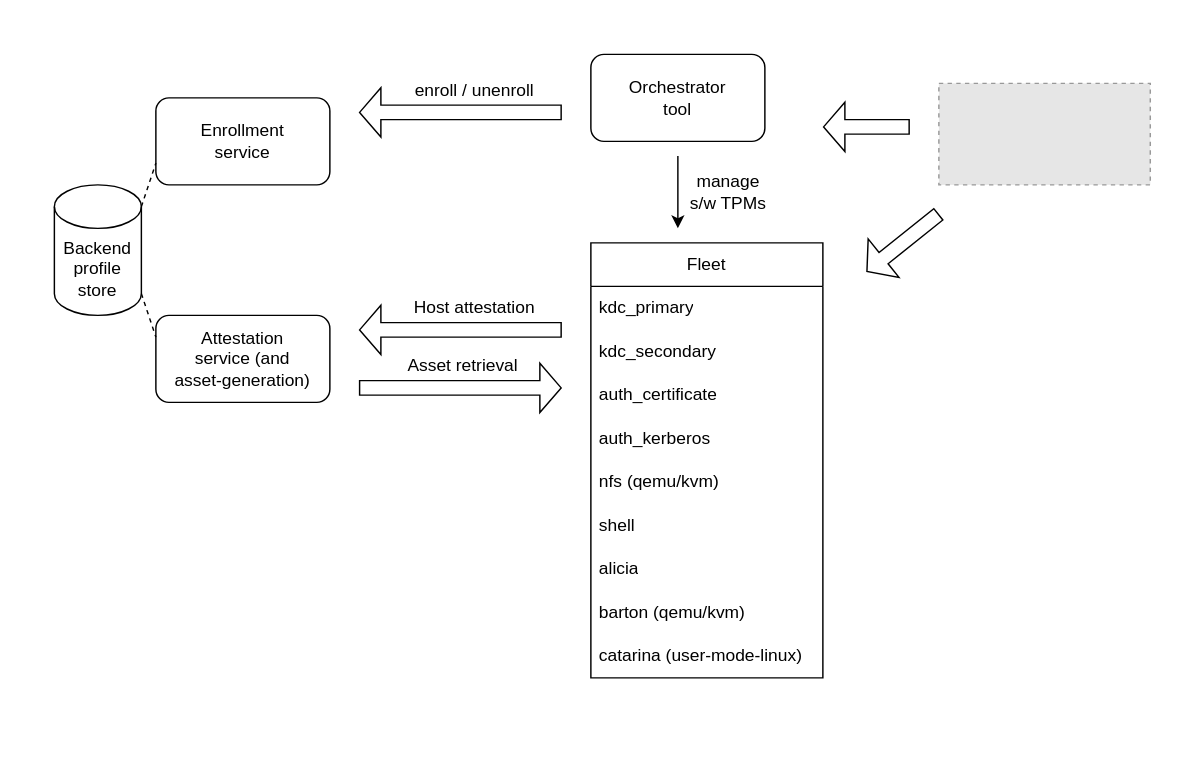
geoffthorpe/newhcp keeps this draw.io diagram as doc/HCP.drawio. Above is the earlier version. Source tidied: cells renumbered, new cells numbered last; positions are measured from the earlier drawing's top-left corner, leaving out a move shared by most shapes. Both pictures are drawn from the tidied source at 145%, with x=0, y=0 at pixel (54, 54). Pictures stored in the file or linked from it are replaced by grey dashed boxes.
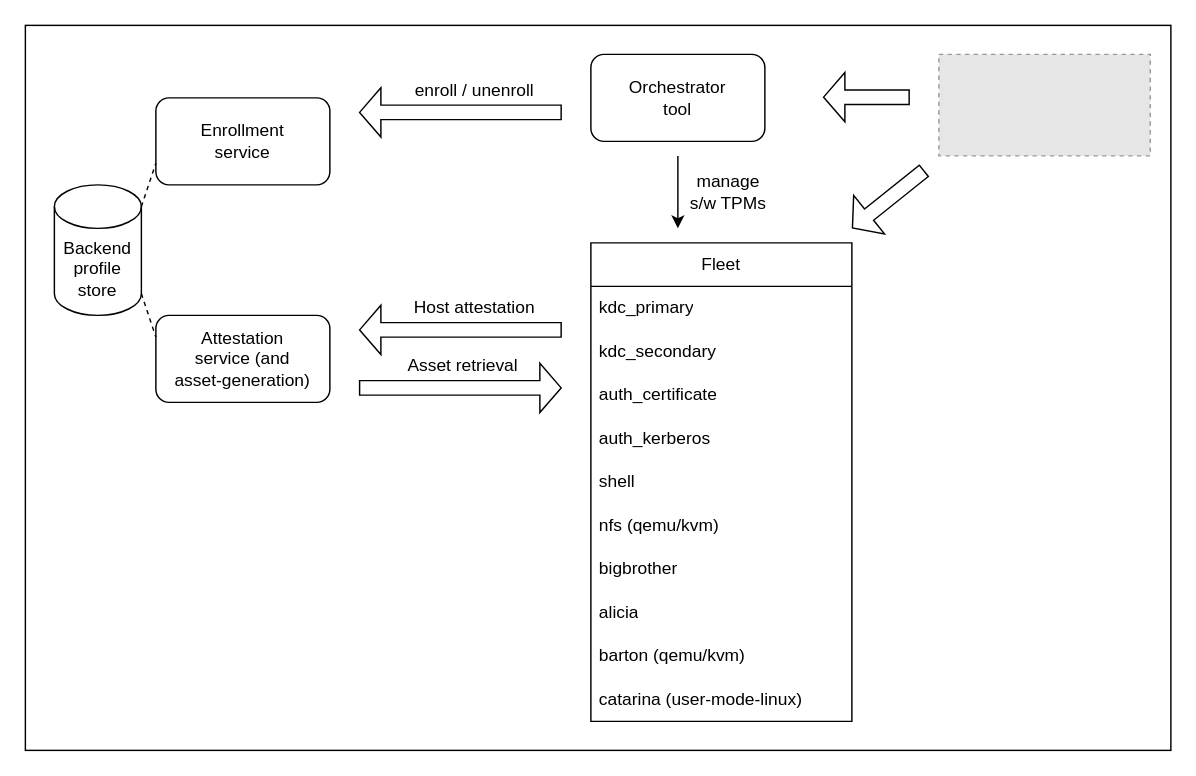
After the change.

Commit message (it also covers changes not shown here):
doc: update the HCP diagram

Change to the diagram source:
```diff
@@
+    <mxCell id="31" style="rounded=0;whiteSpace=wrap;html=1;fillColor=none;" parent="1" vertex="1">
+      <mxGeometry x="-20" y="-20" width="790" height="500" as="geometry" />
+    </mxCell>
     <mxCell id="2" value="Fleet" style="swimlane;fontStyle=0;horizontal=1;startSize=30;whiteSpace=wrap;html=1;" parent="1" vertex="1">
-      <mxGeometry x="370" y="130" width="160" height="300" as="geometry" />
+      <mxGeometry x="370" y="130" width="180" height="330" as="geometry" />
     </mxCell>
     <mxCell id="3" value="kdc_primary" style="text;strokeColor=none;fillColor=none;align=left;verticalAlign=middle;spacingLeft=4;spacingRight=4;overflow=hidden;whiteSpace=wrap;html=1;" parent="2" vertex="1">
-      <mxGeometry y="30" width="160" height="30" as="geometry" />
+      <mxGeometry y="30" width="180" height="30" as="geometry" />
     </mxCell>
     <mxCell id="4" value="kdc_secondary" style="text;strokeColor=none;fillColor=none;align=left;verticalAlign=middle;spacingLeft=4;spacingRight=4;overflow=hidden;whiteSpace=wrap;html=1;" parent="2" vertex="1">
-      <mxGeometry y="60" width="160" height="30" as="geometry" />
+      <mxGeometry y="60" width="180" height="30" as="geometry" />
     </mxCell>
     <mxCell id="5" value="auth_certificate" style="text;strokeColor=none;fillColor=none;align=left;verticalAlign=middle;spacingLeft=4;spacingRight=4;overflow=hidden;whiteSpace=wrap;html=1;" parent="2" vertex="1">
-      <mxGeometry y="90" width="160" height="30" as="geometry" />
+      <mxGeometry y="90" width="180" height="30" as="geometry" />
     </mxCell>
     <mxCell id="6" value="auth_kerberos" style="text;strokeColor=none;fillColor=none;align=left;verticalAlign=middle;spacingLeft=4;spacingRight=4;overflow=hidden;whiteSpace=wrap;html=1;" parent="2" vertex="1">
-      <mxGeometry y="120" width="160" height="30" as="geometry" />
+      <mxGeometry y="120" width="180" height="30" as="geometry" />
     </mxCell>
+    <mxCell id="8" value="shell" style="text;strokeColor=none;fillColor=none;align=left;verticalAlign=middle;spacingLeft=4;spacingRight=4;overflow=hidden;whiteSpace=wrap;html=1;" parent="2" vertex="1">
+      <mxGeometry y="150" width="180" height="30" as="geometry" />
+    </mxCell>
     <mxCell id="7" value="nfs (qemu/kvm)" style="text;strokeColor=none;fillColor=none;align=left;verticalAlign=middle;spacingLeft=4;spacingRight=4;overflow=hidden;whiteSpace=wrap;html=1;" parent="2" vertex="1">
-      <mxGeometry y="150" width="160" height="30" as="geometry" />
+      <mxGeometry y="180" width="180" height="30" as="geometry" />
     </mxCell>
-    <mxCell id="8" value="shell" style="text;strokeColor=none;fillColor=none;align=left;verticalAlign=middle;spacingLeft=4;spacingRight=4;overflow=hidden;whiteSpace=wrap;html=1;" parent="2" vertex="1">
-      <mxGeometry y="180" width="160" height="30" as="geometry" />
-    </mxCell>
+    <mxCell id="32" value="bigbrother" style="text;strokeColor=none;fillColor=none;align=left;verticalAlign=middle;spacingLeft=4;spacingRight=4;overflow=hidden;whiteSpace=wrap;html=1;" parent="2" vertex="1">
+      <mxGeometry y="210" width="180" height="30" as="geometry" />
+    </mxCell>
     <mxCell id="9" value="alicia" style="text;strokeColor=none;fillColor=none;align=left;verticalAlign=middle;spacingLeft=4;spacingRight=4;overflow=hidden;whiteSpace=wrap;html=1;" parent="2" vertex="1">
-      <mxGeometry y="210" width="160" height="30" as="geometry" />
+      <mxGeometry y="240" width="180" height="30" as="geometry" />
     </mxCell>
     <mxCell id="10" value="barton (qemu/kvm)" style="text;strokeColor=none;fillColor=none;align=left;verticalAlign=middle;spacingLeft=4;spacingRight=4;overflow=hidden;whiteSpace=wrap;html=1;" parent="2" vertex="1">
-      <mxGeometry y="240" width="160" height="30" as="geometry" />
+      <mxGeometry y="270" width="180" height="30" as="geometry" />
     </mxCell>
     <mxCell id="11" value="catarina (user-mode-linux)" style="text;strokeColor=none;fillColor=none;align=left;verticalAlign=middle;spacingLeft=4;spacingRight=4;overflow=hidden;whiteSpace=wrap;html=1;" parent="2" vertex="1">
-      <mxGeometry y="270" width="160" height="30" as="geometry" />
+      <mxGeometry y="300" width="180" height="30" as="geometry" />
     </mxCell>
@@
     <mxCell id="26" style="fillColor=#E6E6E6;strokeColor=#999999;dashed=1;" parent="1" vertex="1">
-      <mxGeometry x="610" y="20" width="145.8" height="70" as="geometry" />
+      <mxGeometry x="610" width="145.8" height="70" as="geometry" />
     </mxCell>
@@
     <mxCell id="29" style="shape=flexArrow;endArrow=classic;html=1;rounded=0;endWidth=23;endSize=4.56;" parent="1" edge="1">
       <mxGeometry relative="1" as="geometry">
-        <mxPoint x="590" y="50" as="sourcePoint" />
-        <mxPoint x="530" y="50" as="targetPoint" />
+        <mxPoint x="590" y="29.5" as="sourcePoint" />
+        <mxPoint x="530" y="29.5" as="targetPoint" />
       </mxGeometry>
     </mxCell>
     <mxCell id="30" style="shape=flexArrow;endArrow=classic;html=1;rounded=0;endWidth=23;endSize=4.56;" parent="1" edge="1">
       <mxGeometry relative="1" as="geometry">
-        <mxPoint x="610" y="110" as="sourcePoint" />
-        <mxPoint x="560" y="150" as="targetPoint" />
+        <mxPoint x="600" y="80" as="sourcePoint" />
+        <mxPoint x="550" y="120" as="targetPoint" />
       </mxGeometry>
     </mxCell>
```
